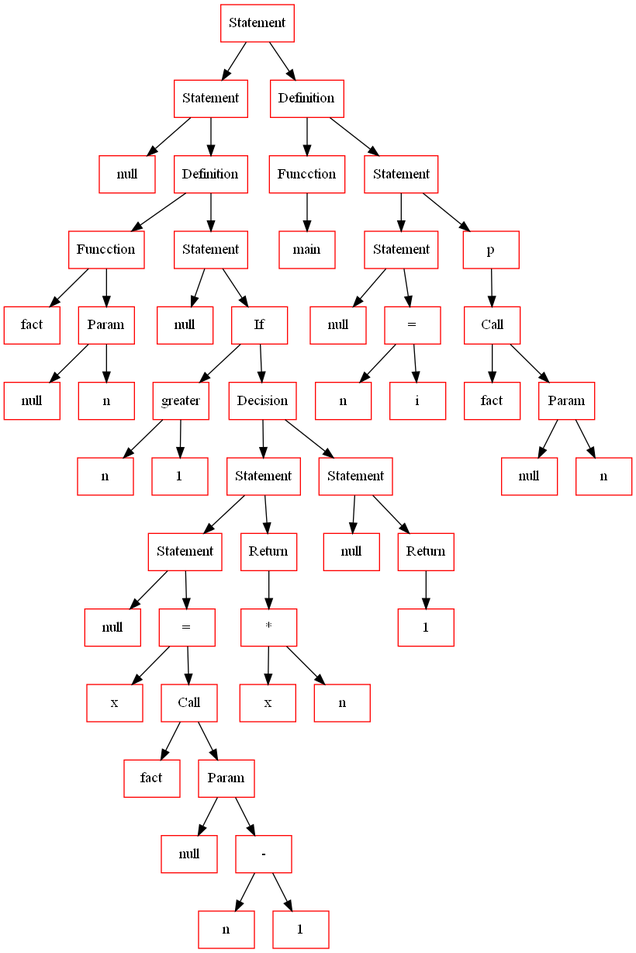
Earlier version of the Graphviz export lang_tree.png (vian96/uzh_lang). Its source is kept beside it as lang_tree.gv.
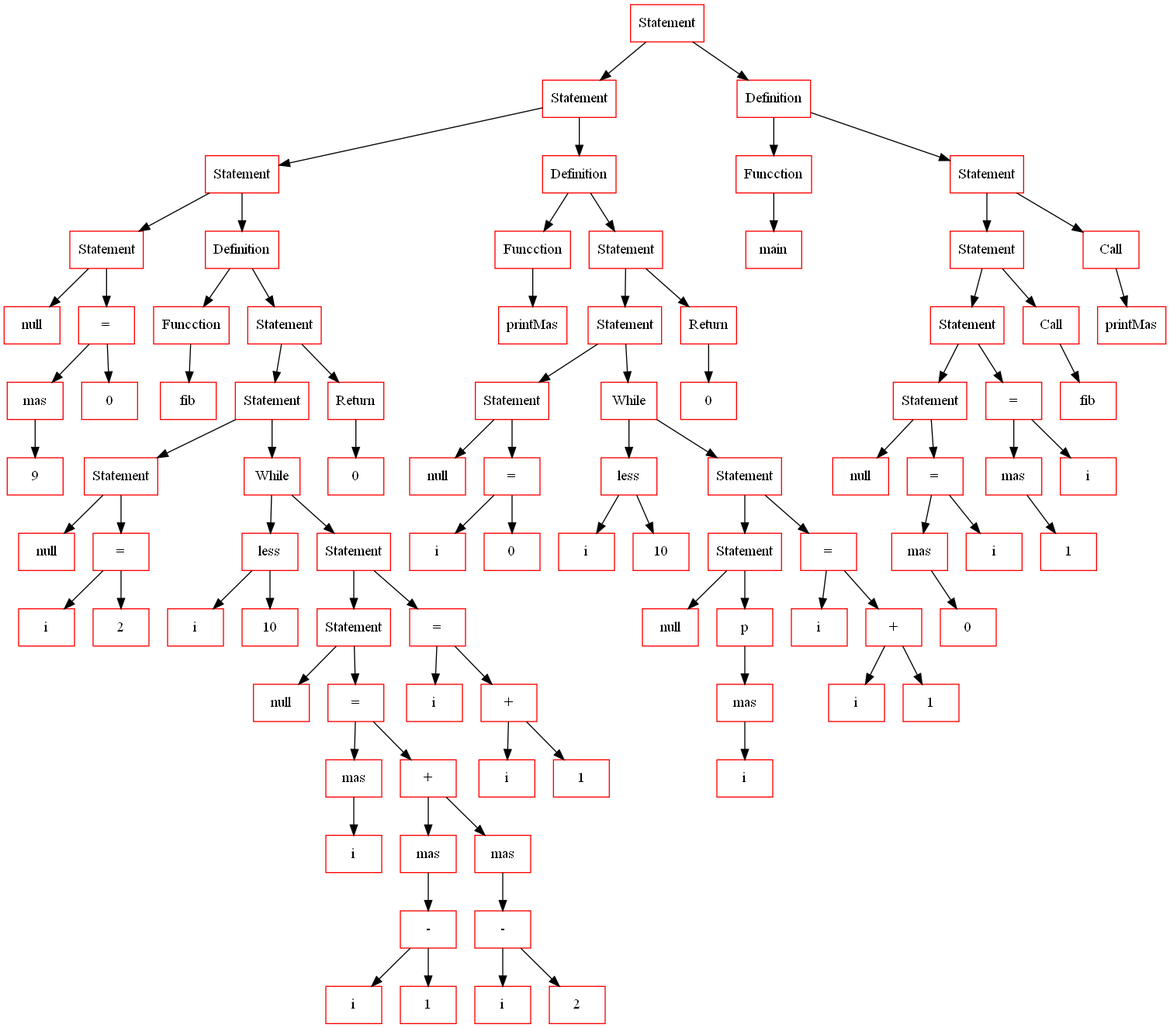
Above is the later version.

Diff of the diagram source:
```diff
@@ -4,107 +4,189 @@
 
 	node[color="red",fontsize=14];
 
-	695147520[shape=record, label="Statement"];
-	695172880[shape=record, label="Statement"];
-	695172816[shape=record, label="null"];
-	695172944[shape=record, label="Definition"];
-	695173008[shape=record, label="Funcction"];
-	695145520[shape=record, label="fact"];
-	695145648[shape=record, label="Param"];
-	695145584[shape=record, label="null"];
-	695145712[shape=record, label="n"];
-	695145840[shape=record, label="Statement"];
-	695145776[shape=record, label="null"];
-	695145904[shape=record, label="If"];
-	695146032[shape=record, label="greater"];
-	695145968[shape=record, label="n"];
-	695146096[shape=record, label="1"];
-	695146160[shape=record, label="Decision"];
-	695148160[shape=record, label="Statement"];
-	695148096[shape=record, label="Statement"];
-	695146224[shape=record, label="null"];
-	695146944[shape=record, label="="];
-	695147392[shape=record, label="x"];
-	695147456[shape=record, label="Call"];
-	695146880[shape=record, label="fact"];
-	695147776[shape=record, label="Param"];
-	695147136[shape=record, label="null"];
-	695147008[shape=record, label="-"];
-	695147904[shape=record, label="n"];
-	695147840[shape=record, label="1"];
-	695148224[shape=record, label="Return"];
-	695147584[shape=record, label="*"];
-	695147072[shape=record, label="x"];
-	695147968[shape=record, label="n"];
-	695148032[shape=record, label="Statement"];
-	695148288[shape=record, label="null"];
-	695146432[shape=record, label="Return"];
-	695147328[shape=record, label="1"];
-	695146496[shape=record, label="Definition"];
-	695146560[shape=record, label="Funcction"];
-	695146752[shape=record, label="main"];
-	695147648[shape=record, label="Statement"];
-	695146816[shape=record, label="Statement"];
-	695147200[shape=record, label="null"];
-	695147264[shape=record, label="="];
-	695146624[shape=record, label="n"];
-	695146688[shape=record, label="i"];
-	695147712[shape=record, label="p"];
-	695236960[shape=record, label="Call"];
-	695238624[shape=record, label="fact"];
-	695235168[shape=record, label="Param"];
-	695237152[shape=record, label="null"];
-	695237792[shape=record, label="n"];
+	175106336[shape=record, label="Statement"];
+	175007280[shape=record, label="Statement"];
+	174987744[shape=record, label="Statement"];
+	174986352[shape=record, label="Statement"];
+	174986288[shape=record, label="null"];
+	174986416[shape=record, label="="];
+	174986480[shape=record, label="mas"];
+	174986544[shape=record, label="9"];
+	174987680[shape=record, label="0"];
+	174987808[shape=record, label="Definition"];
+	174987872[shape=record, label="Funcction"];
+	174987936[shape=record, label="fib"];
+	175008560[shape=record, label="Statement"];
+	175008944[shape=record, label="Statement"];
+	174988064[shape=record, label="Statement"];
+	174988000[shape=record, label="null"];
+	174988128[shape=record, label="="];
+	174988192[shape=record, label="i"];
+	174988256[shape=record, label="2"];
+	175007728[shape=record, label="While"];
+	175007792[shape=record, label="less"];
+	175008368[shape=record, label="i"];
+	175008688[shape=record, label="10"];
+	175008496[shape=record, label="Statement"];
+	175007920[shape=record, label="Statement"];
+	175009072[shape=record, label="null"];
+	175009008[shape=record, label="="];
+	175007472[shape=record, label="mas"];
+	175007664[shape=record, label="i"];
+	175007600[shape=record, label="+"];
+	175008432[shape=record, label="mas"];
+	175007536[shape=record, label="-"];
+	175007856[shape=record, label="i"];
+	175007344[shape=record, label="1"];
+	175008752[shape=record, label="mas"];
+	175008048[shape=record, label="-"];
+	175007984[shape=record, label="i"];
+	175008112[shape=record, label="2"];
+	175008816[shape=record, label="="];
+	175008176[shape=record, label="i"];
+	175008880[shape=record, label="+"];
+	175008304[shape=record, label="i"];
+	175008240[shape=record, label="1"];
+	175008624[shape=record, label="Return"];
+	175009136[shape=record, label="0"];
+	175007408[shape=record, label="Definition"];
+	175106464[shape=record, label="Funcction"];
+	175107616[shape=record, label="printMas"];
+	175107872[shape=record, label="Statement"];
+	175106592[shape=record, label="Statement"];
+	175105632[shape=record, label="Statement"];
+	175104672[shape=record, label="null"];
+	175107488[shape=record, label="="];
+	175106656[shape=record, label="i"];
+	175105696[shape=record, label="0"];
+	175106144[shape=record, label="While"];
+	175107680[shape=record, label="less"];
+	175106272[shape=record, label="i"];
+	175104608[shape=record, label="10"];
+	175107744[shape=record, label="Statement"];
+	175105888[shape=record, label="Statement"];
+	175106016[shape=record, label="null"];
+	175107168[shape=record, label="p"];
+	175105760[shape=record, label="mas"];
+	175108192[shape=record, label="i"];
+	175106528[shape=record, label="="];
+	175108384[shape=record, label="i"];
+	175106720[shape=record, label="+"];
+	175108256[shape=record, label="i"];
+	175108064[shape=record, label="1"];
+	175105568[shape=record, label="Return"];
+	175104736[shape=record, label="0"];
+	175106784[shape=record, label="Definition"];
+	175107104[shape=record, label="Funcction"];
+	175104800[shape=record, label="main"];
+	175107296[shape=record, label="Statement"];
+	175108320[shape=record, label="Statement"];
+	175106848[shape=record, label="Statement"];
+	175106400[shape=record, label="Statement"];
+	175104992[shape=record, label="null"];
+	175107936[shape=record, label="="];
+	175108000[shape=record, label="mas"];
+	175107232[shape=record, label="0"];
+	175106080[shape=record, label="i"];
+	175106912[shape=record, label="="];
+	175108128[shape=record, label="mas"];
+	175105952[shape=record, label="1"];
+	175106208[shape=record, label="i"];
+	175106976[shape=record, label="Call"];
+	175104864[shape=record, label="fib"];
+	175107040[shape=record, label="Call"];
+	175104480[shape=record, label="printMas"];
 
-	695147520 -> 695172880[fontsize=12]
-	695147520 -> 695146496[fontsize=12]
-	695172880 -> 695172816[fontsize=12]
-	695172880 -> 695172944[fontsize=12]
-	695172944 -> 695173008[fontsize=12]
-	695172944 -> 695145840[fontsize=12]
-	695173008 -> 695145520[fontsize=12]
-	695173008 -> 695145648[fontsize=12]
-	695145648 -> 695145584[fontsize=12]
-	695145648 -> 695145712[fontsize=12]
-	695145840 -> 695145776[fontsize=12]
-	695145840 -> 695145904[fontsize=12]
-	695145904 -> 695146032[fontsize=12]
-	695145904 -> 695146160[fontsize=12]
-	695146032 -> 695145968[fontsize=12]
-	695146032 -> 695146096[fontsize=12]
-	695146160 -> 695148160[fontsize=12]
-	695146160 -> 695148032[fontsize=12]
-	695148160 -> 695148096[fontsize=12]
-	695148160 -> 695148224[fontsize=12]
-	695148096 -> 695146224[fontsize=12]
-	695148096 -> 695146944[fontsize=12]
-	695146944 -> 695147392[fontsize=12]
-	695146944 -> 695147456[fontsize=12]
-	695147456 -> 695146880[fontsize=12]
-	695147456 -> 695147776[fontsize=12]
-	695147776 -> 695147136[fontsize=12]
-	695147776 -> 695147008[fontsize=12]
-	695147008 -> 695147904[fontsize=12]
-	695147008 -> 695147840[fontsize=12]
-	695148224 -> 695147584[fontsize=12]
-	695147584 -> 695147072[fontsize=12]
-	695147584 -> 695147968[fontsize=12]
-	695148032 -> 695148288[fontsize=12]
-	695148032 -> 695146432[fontsize=12]
-	695146432 -> 695147328[fontsize=12]
-	695146496 -> 695146560[fontsize=12]
-	695146496 -> 695147648[fontsize=12]
-	695146560 -> 695146752[fontsize=12]
-	695147648 -> 695146816[fontsize=12]
-	695147648 -> 695147712[fontsize=12]
-	695146816 -> 695147200[fontsize=12]
-	695146816 -> 695147264[fontsize=12]
-	695147264 -> 695146624[fontsize=12]
-	695147264 -> 695146688[fontsize=12]
-	695147712 -> 695236960[fontsize=12]
-	695236960 -> 695238624[fontsize=12]
-	695236960 -> 695235168[fontsize=12]
-	695235168 -> 695237152[fontsize=12]
-	695235168 -> 695237792[fontsize=12]
+	175106336 -> 175007280[fontsize=12]
+	175106336 -> 175106784[fontsize=12]
+	175007280 -> 174987744[fontsize=12]
+	175007280 -> 175007408[fontsize=12]
+	174987744 -> 174986352[fontsize=12]
+	174987744 -> 174987808[fontsize=12]
+	174986352 -> 174986288[fontsize=12]
+	174986352 -> 174986416[fontsize=12]
+	174986416 -> 174986480[fontsize=12]
+	174986416 -> 174987680[fontsize=12]
+	174986480 -> 174986544[fontsize=12]
+	174987808 -> 174987872[fontsize=12]
+	174987808 -> 175008560[fontsize=12]
+	174987872 -> 174987936[fontsize=12]
+	175008560 -> 175008944[fontsize=12]
+	175008560 -> 175008624[fontsize=12]
+	175008944 -> 174988064[fontsize=12]
+	175008944 -> 175007728[fontsize=12]
+	174988064 -> 174988000[fontsize=12]
+	174988064 -> 174988128[fontsize=12]
+	174988128 -> 174988192[fontsize=12]
+	174988128 -> 174988256[fontsize=12]
+	175007728 -> 175007792[fontsize=12]
+	175007728 -> 175008496[fontsize=12]
+	175007792 -> 175008368[fontsize=12]
+	175007792 -> 175008688[fontsize=12]
+	175008496 -> 175007920[fontsize=12]
+	175008496 -> 175008816[fontsize=12]
+	175007920 -> 175009072[fontsize=12]
+	175007920 -> 175009008[fontsize=12]
+	175009008 -> 175007472[fontsize=12]
+	175009008 -> 175007600[fontsize=12]
+	175007472 -> 175007664[fontsize=12]
+	175007600 -> 175008432[fontsize=12]
+	175007600 -> 175008752[fontsize=12]
+	175008432 -> 175007536[fontsize=12]
+	175007536 -> 175007856[fontsize=12]
+	175007536 -> 175007344[fontsize=12]
+	175008752 -> 175008048[fontsize=12]
+	175008048 -> 175007984[fontsize=12]
+	175008048 -> 175008112[fontsize=12]
+	175008816 -> 175008176[fontsize=12]
+	175008816 -> 175008880[fontsize=12]
+	175008880 -> 175008304[fontsize=12]
+	175008880 -> 175008240[fontsize=12]
+	175008624 -> 175009136[fontsize=12]
+	175007408 -> 175106464[fontsize=12]
+	175007408 -> 175107872[fontsize=12]
+	175106464 -> 175107616[fontsize=12]
+	175107872 -> 175106592[fontsize=12]
+	175107872 -> 175105568[fontsize=12]
+	175106592 -> 175105632[fontsize=12]
+	175106592 -> 175106144[fontsize=12]
+	175105632 -> 175104672[fontsize=12]
+	175105632 -> 175107488[fontsize=12]
+	175107488 -> 175106656[fontsize=12]
+	175107488 -> 175105696[fontsize=12]
+	175106144 -> 175107680[fontsize=12]
+	175106144 -> 175107744[fontsize=12]
+	175107680 -> 175106272[fontsize=12]
+	175107680 -> 175104608[fontsize=12]
+	175107744 -> 175105888[fontsize=12]
+	175107744 -> 175106528[fontsize=12]
+	175105888 -> 175106016[fontsize=12]
+	175105888 -> 175107168[fontsize=12]
+	175107168 -> 175105760[fontsize=12]
+	175105760 -> 175108192[fontsize=12]
+	175106528 -> 175108384[fontsize=12]
+	175106528 -> 175106720[fontsize=12]
+	175106720 -> 175108256[fontsize=12]
+	175106720 -> 175108064[fontsize=12]
+	175105568 -> 175104736[fontsize=12]
+	175106784 -> 175107104[fontsize=12]
+	175106784 -> 175107296[fontsize=12]
+	175107104 -> 175104800[fontsize=12]
+	175107296 -> 175108320[fontsize=12]
+	175107296 -> 175107040[fontsize=12]
+	175108320 -> 175106848[fontsize=12]
+	175108320 -> 175106976[fontsize=12]
+	175106848 -> 175106400[fontsize=12]
+	175106848 -> 175106912[fontsize=12]
+	175106400 -> 175104992[fontsize=12]
+	175106400 -> 175107936[fontsize=12]
+	175107936 -> 175108000[fontsize=12]
+	175107936 -> 175106080[fontsize=12]
+	175108000 -> 175107232[fontsize=12]
+	175106912 -> 175108128[fontsize=12]
+	175106912 -> 175106208[fontsize=12]
+	175108128 -> 175105952[fontsize=12]
+	175106976 -> 175104864[fontsize=12]
+	175107040 -> 175104480[fontsize=12]
 
 }
```
